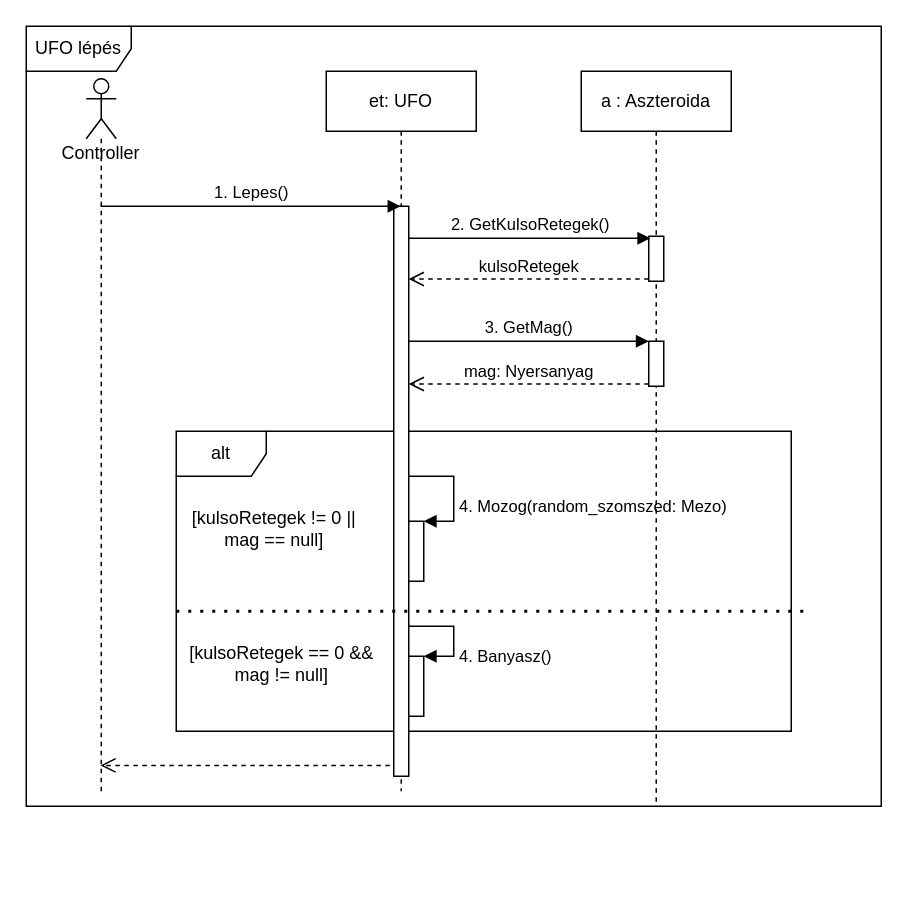
This is doc/szekvencia/7het_szek_UFOLepes.drawio from torpeBoiGo/aszteroidabanyaszat, a draw.io file, before an edit. Source tidied: cells renumbered, new cells numbered last; positions are measured from the earlier drawing's top-left corner, leaving out a move shared by most shapes. Both pictures are drawn from the tidied source at 150%, with x=0, y=0 at pixel (26, 26).
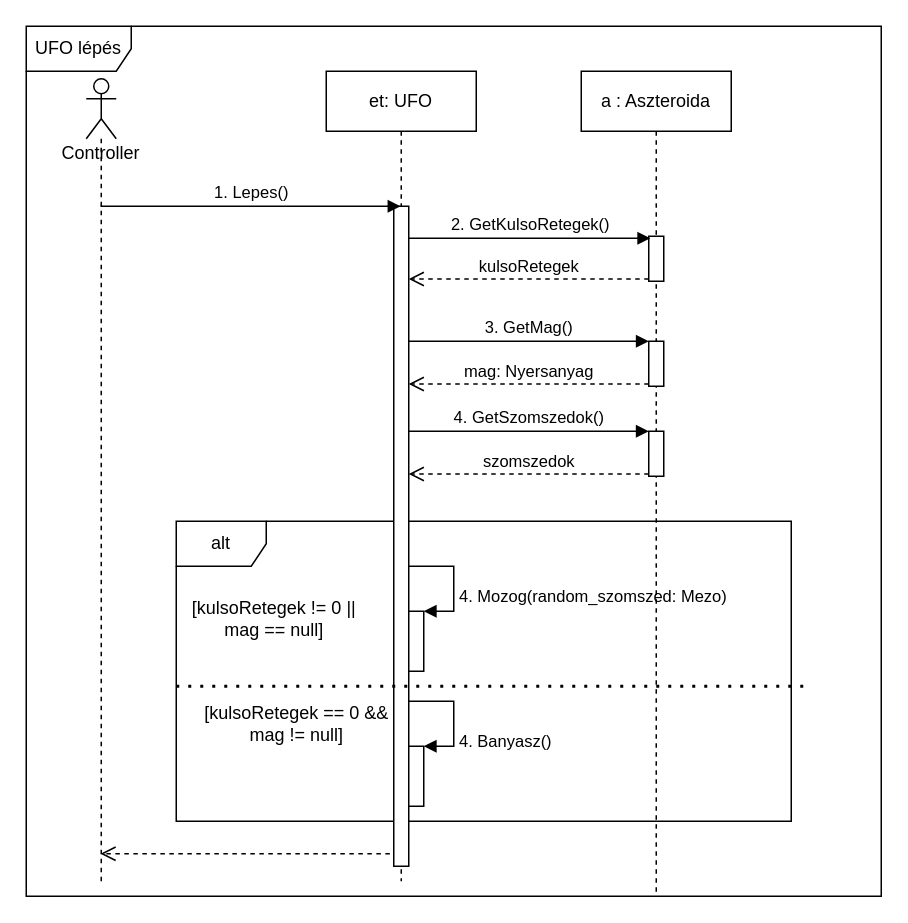
The same diagram, later.

The edit, as a diff of the source:
```diff
@@
     <mxCell id="2" value="UFO lépés" style="shape=umlFrame;whiteSpace=wrap;html=1;width=70;height=30;" parent="1" vertex="1">
-      <mxGeometry width="570" height="520" as="geometry" />
+      <mxGeometry width="570" height="580" as="geometry" />
     </mxCell>
     <mxCell id="3" value="alt" style="shape=umlFrame;whiteSpace=wrap;html=1;" parent="1" vertex="1">
-      <mxGeometry x="100" y="270" width="410" height="200" as="geometry" />
+      <mxGeometry x="100" y="330" width="410" height="200" as="geometry" />
     </mxCell>
     <mxCell id="4" value="et: UFO" style="shape=umlLifeline;perimeter=lifelinePerimeter;whiteSpace=wrap;html=1;outlineConnect=0;" parent="1" vertex="1">
-      <mxGeometry x="200" y="30" width="100" height="480" as="geometry" />
+      <mxGeometry x="200" y="30" width="100" height="540" as="geometry" />
     </mxCell>
     <mxCell id="5" style="html=1;points=[];perimeter=orthogonalPerimeter;" parent="4" vertex="1">
-      <mxGeometry x="45" y="90" width="10" height="380" as="geometry" />
+      <mxGeometry x="45" y="90" width="10" height="440" as="geometry" />
     </mxCell>
     <mxCell id="6" style="html=1;points=[];perimeter=orthogonalPerimeter;" parent="4" vertex="1">
-      <mxGeometry x="55" y="300" width="10" height="40" as="geometry" />
+      <mxGeometry x="55" y="360" width="10" height="40" as="geometry" />
     </mxCell>
-    <mxCell id="7" value="4. Mozog(random_szomszed: Mezo)" style="edgeStyle=orthogonalEdgeStyle;html=1;align=left;spacingLeft=2;endArrow=block;rounded=0;entryX=1;entryY=0;" parent="4" edge="1" target="6">
+    <mxCell id="7" value="4. Mozog(random_szomszed: Mezo)" style="edgeStyle=orthogonalEdgeStyle;html=1;align=left;spacingLeft=2;endArrow=block;rounded=0;entryX=1;entryY=0;" parent="4" edge="1" source="5" target="6">
       <mxGeometry x="0.25" relative="1" as="geometry">
-        <mxPoint x="55" y="270" as="sourcePoint" />
         <Array as="points">
-          <mxPoint x="55" y="270" />
-          <mxPoint x="85" y="270" />
-          <mxPoint x="85" y="300" />
+          <mxPoint x="85" y="330" />
+          <mxPoint x="85" y="360" />
         </Array>
       </mxGeometry>
     </mxCell>
     <mxCell id="8" style="html=1;points=[];perimeter=orthogonalPerimeter;" parent="4" vertex="1">
-      <mxGeometry x="55" y="390" width="10" height="40" as="geometry" />
+      <mxGeometry x="55" y="450" width="10" height="40" as="geometry" />
     </mxCell>
-    <mxCell id="9" value="4. Banyasz()" style="edgeStyle=orthogonalEdgeStyle;html=1;align=left;spacingLeft=2;endArrow=block;rounded=0;entryX=1;entryY=0;" parent="4" edge="1" target="8">
+    <mxCell id="9" value="4. Banyasz()" style="edgeStyle=orthogonalEdgeStyle;html=1;align=left;spacingLeft=2;endArrow=block;rounded=0;entryX=1;entryY=0;" parent="4" edge="1" source="5" target="8">
       <mxGeometry x="0.43" relative="1" as="geometry">
-        <mxPoint x="55" y="370" as="sourcePoint" />
         <Array as="points">
-          <mxPoint x="55" y="370" />
-          <mxPoint x="85" y="370" />
-          <mxPoint x="85" y="390" />
+          <mxPoint x="85" y="420" />
+          <mxPoint x="85" y="450" />
         </Array>
       </mxGeometry>
     </mxCell>
@@
     <mxCell id="11" style="endArrow=none;dashed=1;html=1;dashPattern=1 3;strokeWidth=2;" parent="1" edge="1">
       <mxGeometry relative="1" as="geometry">
-        <mxPoint x="100" y="390" as="sourcePoint" />
-        <mxPoint x="522" y="390" as="targetPoint" />
+        <mxPoint x="100" y="440" as="sourcePoint" />
+        <mxPoint x="522" y="440" as="targetPoint" />
       </mxGeometry>
     </mxCell>
     <mxCell id="12" value="[kulsoRetegek == 0 &amp;amp;&amp;amp; &lt;br&gt;mag != null]" style="text;html=1;align=center;verticalAlign=middle;" parent="1" vertex="1">
-      <mxGeometry x="100" y="410" width="140" height="30" as="geometry" />
+      <mxGeometry x="110" y="450" width="140" height="30" as="geometry" />
     </mxCell>
     <mxCell id="13" value="[kulsoRetegek != 0 || &lt;br&gt;mag == null]" style="text;html=1;align=center;verticalAlign=middle;" parent="1" vertex="1">
-      <mxGeometry x="100" y="320" width="130" height="30" as="geometry" />
+      <mxGeometry x="100" y="380" width="130" height="30" as="geometry" />
     </mxCell>
@@
     <mxCell id="15" value="a : Aszteroida" style="shape=umlLifeline;perimeter=lifelinePerimeter;whiteSpace=wrap;html=1;" parent="1" vertex="1">
-      <mxGeometry x="370" y="30" width="100" height="490" as="geometry" />
+      <mxGeometry x="370" y="30" width="100" height="550" as="geometry" />
     </mxCell>
@@
+    <mxCell id="23" style="html=1;points=[];perimeter=orthogonalPerimeter;" parent="15" vertex="1">
+      <mxGeometry x="45" y="240" width="10" height="30" as="geometry" />
+    </mxCell>
@@
     <mxCell id="20" value="Controller" style="shape=umlLifeline;participant=umlActor;perimeter=lifelinePerimeter;whiteSpace=wrap;html=1;verticalAlign=top;spacingTop=36;outlineConnect=0;" parent="1" vertex="1">
-      <mxGeometry x="40" y="35" width="20" height="475" as="geometry" />
+      <mxGeometry x="40" y="35" width="20" height="535" as="geometry" />
     </mxCell>
@@
+    <mxCell id="24" value="4. GetSzomszedok()" style="html=1;verticalAlign=bottom;endArrow=block;entryX=0;entryY=0;" parent="1" edge="1" source="5" target="23">
+      <mxGeometry relative="1" as="geometry" />
+    </mxCell>
+    <mxCell id="25" value="szomszedok" style="html=1;verticalAlign=bottom;endArrow=open;dashed=1;endSize=8;exitX=0;exitY=0.95;" parent="1" edge="1" source="23" target="5">
+      <mxGeometry relative="1" as="geometry" />
+    </mxCell>
```
